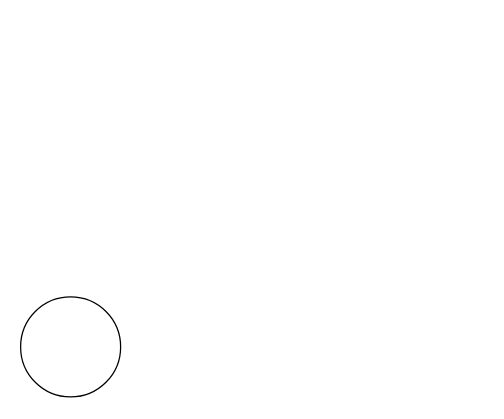
Above: Untitled Diagram.drawio in chjgfg/SSM-CRUD (draw.io), before the change. Source tidied: cells renumbered, new cells numbered last; positions are measured from the earlier drawing's top-left corner, leaving out a move shared by most shapes. Both pictures are drawn from the tidied source at 125%, with x=0, y=0 at pixel (20, 296).
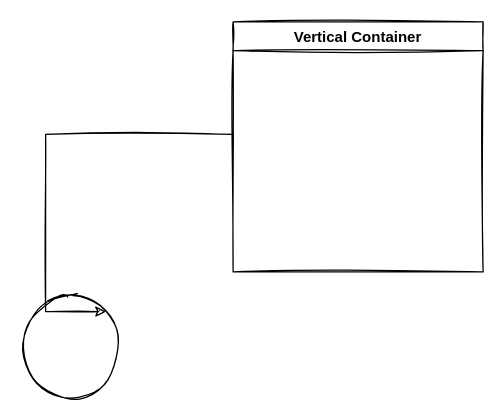
Above is the later version.

What changed in the source:
```diff
@@
 <mxGraphModel>
   <root>
     <mxCell id="0" />
     <mxCell id="1" parent="0" />
-    <mxCell id="2" style="ellipse;whiteSpace=wrap;html=1;" parent="1" vertex="1">
+    <mxCell id="2" style="ellipse;whiteSpace=wrap;html=1;sketch=1;" parent="1" vertex="1">
       <mxGeometry width="80" height="80" as="geometry" />
     </mxCell>
+    <mxCell id="3" style="edgeStyle=orthogonalEdgeStyle;rounded=0;jettySize=auto;html=1;exitX=0;exitY=0.5;exitDx=0;exitDy=0;entryX=1;entryY=0;entryDx=0;entryDy=0;sketch=1;" parent="1" edge="1" source="4" target="2">
+      <mxGeometry relative="1" as="geometry">
+        <Array as="points">
+          <mxPoint x="170" y="-130" />
+          <mxPoint x="20" y="-130" />
+          <mxPoint x="20" y="12" />
+        </Array>
+      </mxGeometry>
+    </mxCell>
+    <mxCell id="4" value="Vertical Container" style="swimlane;sketch=1;" parent="1" vertex="1">
+      <mxGeometry x="170" y="-220" width="200" height="200" as="geometry" />
+    </mxCell>
   </root>
 </mxGraphModel>
```
